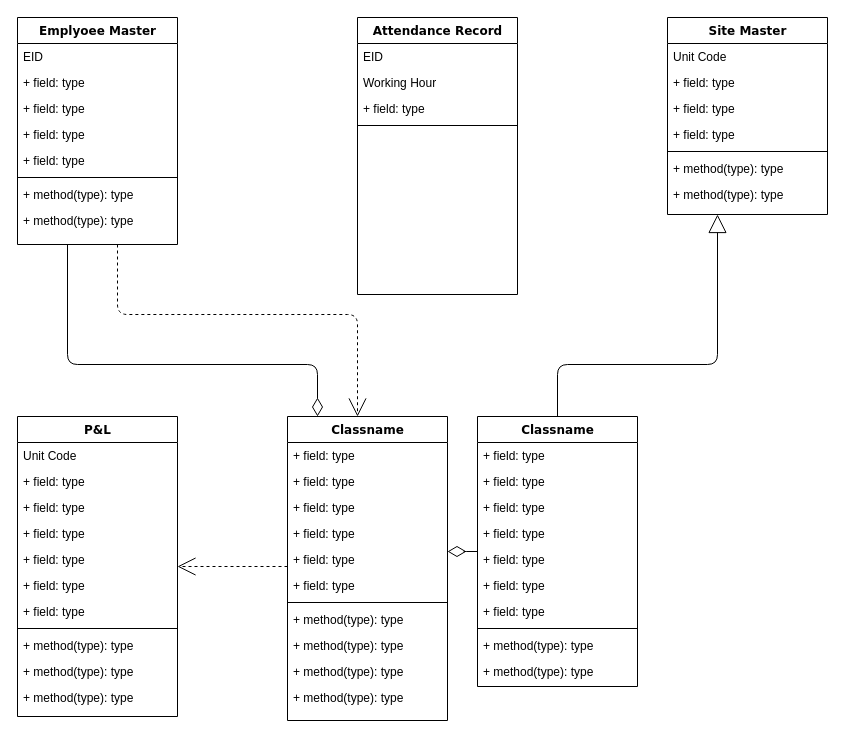
The draw.io diagram Untitled Diagram.drawio in lolanto-ds/littletoolpg, before the edit. Source tidied: cells renumbered, new cells numbered last; positions are measured from the earlier drawing's top-left corner, leaving out a move shared by most shapes. Both pictures are drawn from the tidied source at 100%, with x=0, y=0 at pixel (17, 17).
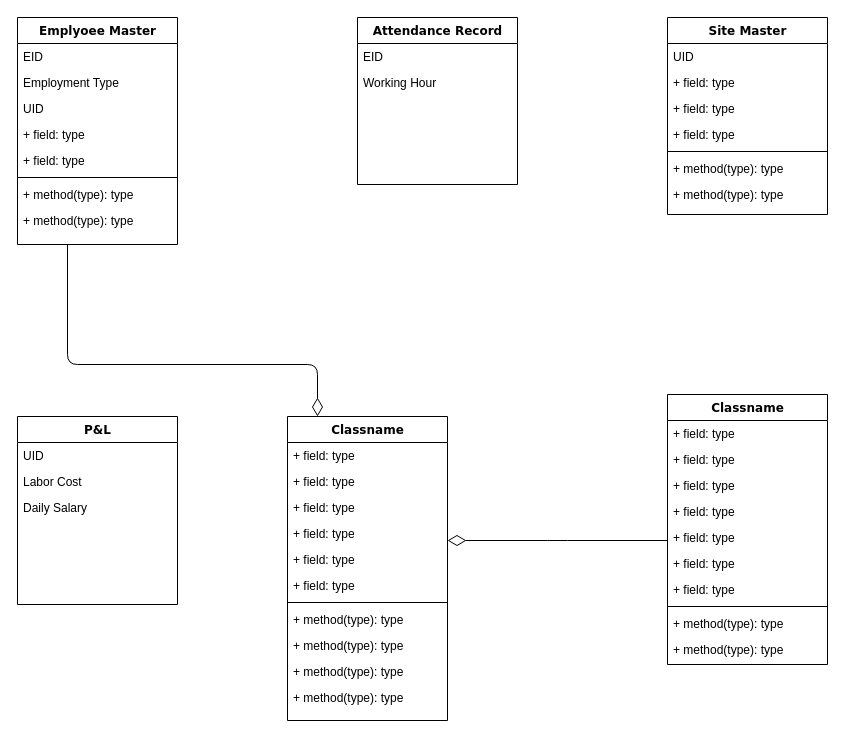
After the change.

The change refers to these unchanged cells:
```xml
<mxCell id="4" value="Emplyoee Master" style="swimlane;html=1;fontStyle=1;align=center;verticalAlign=top;horizontal=1;startSize=26;swimlaneFillColor=#ffffff;rounded=0;shadow=0;comic=0;labelBackgroundColor=none;strokeWidth=1;fillColor=none;fontFamily=Verdana;fontSize=12;" parent="1" vertex="1">
  <mxGeometry width="160" height="227" as="geometry" />
</mxCell>
<mxCell id="18" value="Site Master" style="swimlane;html=1;fontStyle=1;align=center;verticalAlign=top;horizontal=1;startSize=26;swimlaneFillColor=#ffffff;rounded=0;shadow=0;comic=0;labelBackgroundColor=none;strokeWidth=1;fillColor=none;fontFamily=Verdana;fontSize=12;" parent="1" vertex="1">
  <mxGeometry x="650" width="160" height="197" as="geometry" />
</mxCell>
<mxCell id="40" value="Classname" style="swimlane;html=1;fontStyle=1;align=center;verticalAlign=top;horizontal=1;startSize=26;swimlaneFillColor=#ffffff;rounded=0;shadow=0;comic=0;labelBackgroundColor=none;strokeWidth=1;fillColor=none;fontFamily=Verdana;fontSize=12;" parent="1" vertex="1">
  <mxGeometry x="270" y="399" width="160" height="304" as="geometry" />
</mxCell>
```

What changed in the source:
```diff
@@
-    <mxCell id="2" style="edgeStyle=orthogonalEdgeStyle;html=1;labelBackgroundColor=none;startFill=0;startSize=8;endArrow=open;endFill=0;endSize=16;fontFamily=Verdana;fontSize=12;dashed=1;" parent="1" edge="1" source="4" target="40">
-      <mxGeometry relative="1" as="geometry">
-        <Array as="points">
-          <mxPoint x="100" y="297" />
-          <mxPoint x="340" y="297" />
-        </Array>
-      </mxGeometry>
-    </mxCell>
@@
-    <mxCell id="6" value="+ field: type" style="text;html=1;strokeColor=none;fillColor=none;align=left;verticalAlign=top;spacingLeft=4;spacingRight=4;whiteSpace=wrap;overflow=hidden;" parent="4" vertex="1">
+    <mxCell id="6" value="Employment Type" style="text;html=1;strokeColor=none;fillColor=none;align=left;verticalAlign=top;spacingLeft=4;spacingRight=4;whiteSpace=wrap;overflow=hidden;" parent="4" vertex="1">
       <mxGeometry y="52" width="160" height="26" as="geometry" />
     </mxCell>
-    <mxCell id="7" value="+ field: type" style="text;html=1;strokeColor=none;fillColor=none;align=left;verticalAlign=top;spacingLeft=4;spacingRight=4;whiteSpace=wrap;overflow=hidden;" parent="4" vertex="1">
+    <mxCell id="7" value="UID" style="text;html=1;strokeColor=none;fillColor=none;align=left;verticalAlign=top;spacingLeft=4;spacingRight=4;whiteSpace=wrap;overflow=hidden;" parent="4" vertex="1">
       <mxGeometry y="78" width="160" height="26" as="geometry" />
     </mxCell>
@@
     <mxCell id="13" value="Attendance Record" style="swimlane;html=1;fontStyle=1;align=center;verticalAlign=top;horizontal=1;startSize=26;swimlaneFillColor=#ffffff;rounded=0;shadow=0;comic=0;labelBackgroundColor=none;strokeWidth=1;fillColor=none;fontFamily=Verdana;fontSize=12;" parent="1" vertex="1">
-      <mxGeometry x="340" width="160" height="277" as="geometry" />
+      <mxGeometry x="340" width="160" height="167" as="geometry" />
     </mxCell>
@@
-    <mxCell id="16" value="+ field: type" style="text;html=1;strokeColor=none;fillColor=none;align=left;verticalAlign=top;spacingLeft=4;spacingRight=4;whiteSpace=wrap;overflow=hidden;" parent="13" vertex="1">
-      <mxGeometry y="78" width="160" height="26" as="geometry" />
-    </mxCell>
-    <mxCell id="17" style="line;html=1;strokeWidth=1;fillColor=none;align=left;verticalAlign=middle;spacingTop=-1;spacingLeft=3;spacingRight=3;labelPosition=right;" parent="13" vertex="1">
-      <mxGeometry y="104" width="160" height="8" as="geometry" />
-    </mxCell>
@@
-    <mxCell id="19" value="Unit Code" style="text;html=1;strokeColor=none;fillColor=none;align=left;verticalAlign=top;spacingLeft=4;spacingRight=4;whiteSpace=wrap;overflow=hidden;" parent="18" vertex="1">
+    <mxCell id="19" value="UID&lt;div&gt;&lt;br&gt;&lt;/div&gt;" style="text;html=1;strokeColor=none;fillColor=none;align=left;verticalAlign=top;spacingLeft=4;spacingRight=4;whiteSpace=wrap;overflow=hidden;" parent="18" vertex="1">
       <mxGeometry y="26" width="160" height="26" as="geometry" />
     </mxCell>
@@
-    <mxCell id="26" style="edgeStyle=elbowEdgeStyle;html=1;labelBackgroundColor=none;startFill=0;startSize=8;endArrow=open;endFill=0;endSize=16;fontFamily=Verdana;fontSize=12;elbow=vertical;dashed=1;" parent="1" edge="1" source="40" target="27">
-      <mxGeometry relative="1" as="geometry" />
-    </mxCell>
     <mxCell id="27" value="P&amp;amp;L" style="swimlane;html=1;fontStyle=1;align=center;verticalAlign=top;horizontal=1;startSize=26;swimlaneFillColor=#ffffff;rounded=0;shadow=0;comic=0;labelBackgroundColor=none;strokeWidth=1;fillColor=none;fontFamily=Verdana;fontSize=12;" parent="1" vertex="1">
-      <mxGeometry y="399" width="160" height="300" as="geometry" />
+      <mxGeometry y="399" width="160" height="188" as="geometry" />
     </mxCell>
-    <mxCell id="28" value="Unit Code" style="text;html=1;strokeColor=none;fillColor=none;align=left;verticalAlign=top;spacingLeft=4;spacingRight=4;whiteSpace=wrap;overflow=hidden;" parent="27" vertex="1">
+    <mxCell id="28" value="UID" style="text;html=1;strokeColor=none;fillColor=none;align=left;verticalAlign=top;spacingLeft=4;spacingRight=4;whiteSpace=wrap;overflow=hidden;" parent="27" vertex="1">
       <mxGeometry y="26" width="160" height="26" as="geometry" />
     </mxCell>
-    <mxCell id="29" value="+ field: type" style="text;html=1;strokeColor=none;fillColor=none;align=left;verticalAlign=top;spacingLeft=4;spacingRight=4;whiteSpace=wrap;overflow=hidden;" parent="27" vertex="1">
+    <mxCell id="29" value="Labor Cost" style="text;html=1;strokeColor=none;fillColor=none;align=left;verticalAlign=top;spacingLeft=4;spacingRight=4;whiteSpace=wrap;overflow=hidden;" parent="27" vertex="1">
       <mxGeometry y="52" width="160" height="26" as="geometry" />
     </mxCell>
-    <mxCell id="30" value="+ field: type" style="text;html=1;strokeColor=none;fillColor=none;align=left;verticalAlign=top;spacingLeft=4;spacingRight=4;whiteSpace=wrap;overflow=hidden;" parent="27" vertex="1">
+    <mxCell id="30" value="Daily Salary" style="text;html=1;strokeColor=none;fillColor=none;align=left;verticalAlign=top;spacingLeft=4;spacingRight=4;whiteSpace=wrap;overflow=hidden;" parent="27" vertex="1">
       <mxGeometry y="78" width="160" height="26" as="geometry" />
     </mxCell>
-    <mxCell id="31" value="+ field: type" style="text;html=1;strokeColor=none;fillColor=none;align=left;verticalAlign=top;spacingLeft=4;spacingRight=4;whiteSpace=wrap;overflow=hidden;" parent="27" vertex="1">
-      <mxGeometry y="104" width="160" height="26" as="geometry" />
-    </mxCell>
-    <mxCell id="32" value="+ field: type" style="text;html=1;strokeColor=none;fillColor=none;align=left;verticalAlign=top;spacingLeft=4;spacingRight=4;whiteSpace=wrap;overflow=hidden;" parent="27" vertex="1">
-      <mxGeometry y="130" width="160" height="26" as="geometry" />
-    </mxCell>
-    <mxCell id="33" value="+ field: type" style="text;html=1;strokeColor=none;fillColor=none;align=left;verticalAlign=top;spacingLeft=4;spacingRight=4;whiteSpace=wrap;overflow=hidden;" parent="27" vertex="1">
-      <mxGeometry y="156" width="160" height="26" as="geometry" />
-    </mxCell>
-    <mxCell id="34" value="+ field: type" style="text;html=1;strokeColor=none;fillColor=none;align=left;verticalAlign=top;spacingLeft=4;spacingRight=4;whiteSpace=wrap;overflow=hidden;" parent="27" vertex="1">
-      <mxGeometry y="182" width="160" height="26" as="geometry" />
-    </mxCell>
-    <mxCell id="35" style="line;html=1;strokeWidth=1;fillColor=none;align=left;verticalAlign=middle;spacingTop=-1;spacingLeft=3;spacingRight=3;labelPosition=right;" parent="27" vertex="1">
-      <mxGeometry y="208" width="160" height="8" as="geometry" />
-    </mxCell>
-    <mxCell id="36" value="+ method(type): type" style="text;html=1;strokeColor=none;fillColor=none;align=left;verticalAlign=top;spacingLeft=4;spacingRight=4;whiteSpace=wrap;overflow=hidden;" parent="27" vertex="1">
-      <mxGeometry y="216" width="160" height="26" as="geometry" />
-    </mxCell>
-    <mxCell id="37" value="+ method(type): type" style="text;html=1;strokeColor=none;fillColor=none;align=left;verticalAlign=top;spacingLeft=4;spacingRight=4;whiteSpace=wrap;overflow=hidden;" parent="27" vertex="1">
-      <mxGeometry y="242" width="160" height="26" as="geometry" />
-    </mxCell>
-    <mxCell id="38" value="+ method(type): type" style="text;html=1;strokeColor=none;fillColor=none;align=left;verticalAlign=top;spacingLeft=4;spacingRight=4;whiteSpace=wrap;overflow=hidden;" parent="27" vertex="1">
-      <mxGeometry y="268" width="160" height="26" as="geometry" />
-    </mxCell>
@@
-    <mxCell id="52" style="edgeStyle=orthogonalEdgeStyle;html=1;labelBackgroundColor=none;startFill=0;startSize=8;endArrow=block;endFill=0;endSize=16;fontFamily=Verdana;fontSize=12;" parent="1" edge="1" source="53" target="18">
-      <mxGeometry relative="1" as="geometry">
-        <Array as="points">
-          <mxPoint x="540" y="347" />
-          <mxPoint x="700" y="347" />
-        </Array>
-      </mxGeometry>
-    </mxCell>
     <mxCell id="53" value="Classname" style="swimlane;html=1;fontStyle=1;align=center;verticalAlign=top;horizontal=1;startSize=26;swimlaneFillColor=#ffffff;rounded=0;shadow=0;comic=0;labelBackgroundColor=none;strokeWidth=1;fillColor=none;fontFamily=Verdana;fontSize=12;" parent="1" vertex="1">
-      <mxGeometry x="460" y="399" width="160" height="270" as="geometry" />
+      <mxGeometry x="650" y="377" width="160" height="270" as="geometry" />
     </mxCell>
```
